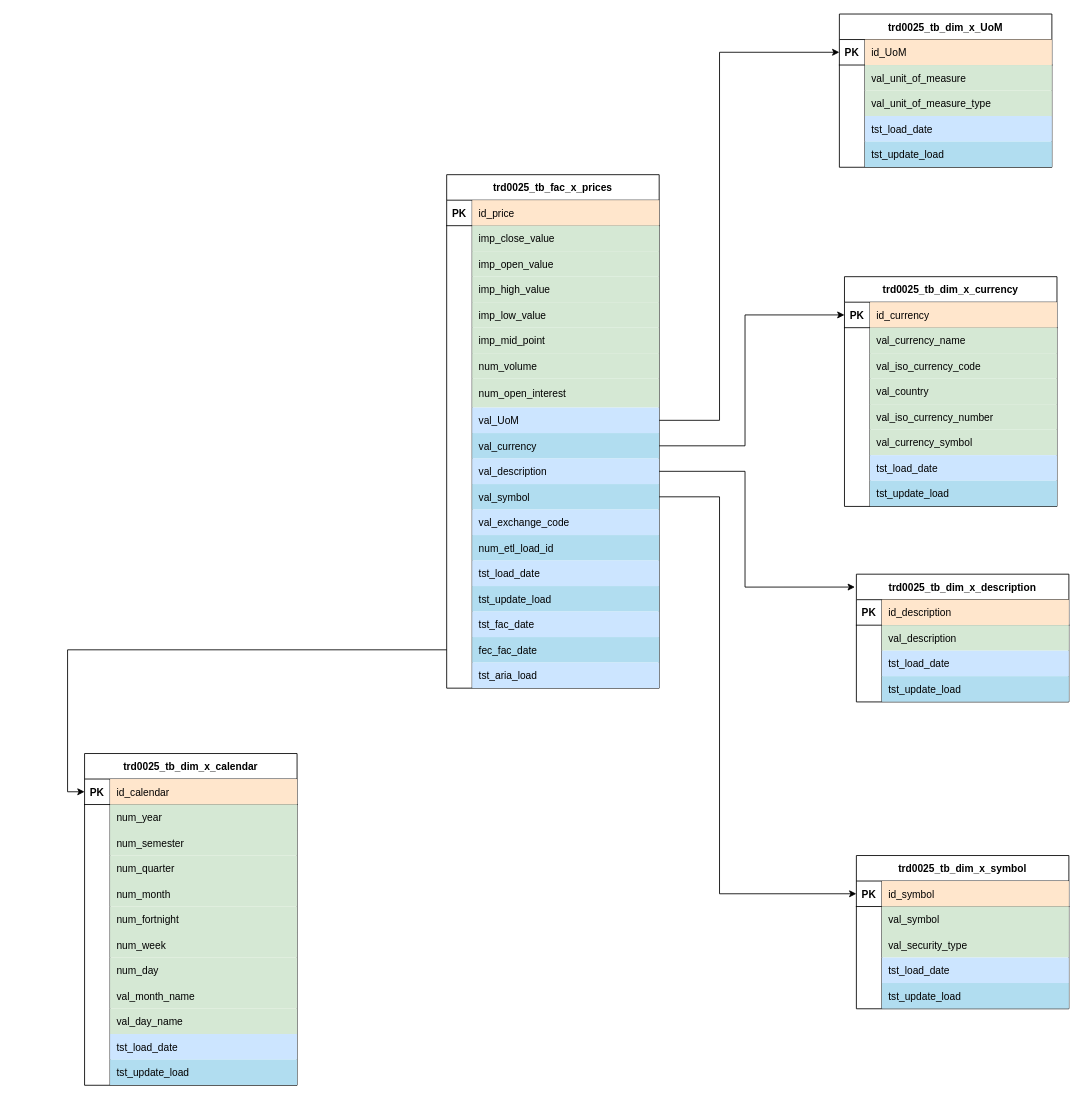
Above: ModeloDatosMiniPoc.drawio in robertoOlmedo/TDDPublic (draw.io), before the change. Source tidied: cells renumbered, new cells numbered last; positions are measured from the earlier drawing's top-left corner, leaving out a move shared by most shapes. Both pictures are drawn from the tidied source at 85%, with x=0, y=0 at pixel (84, 14).
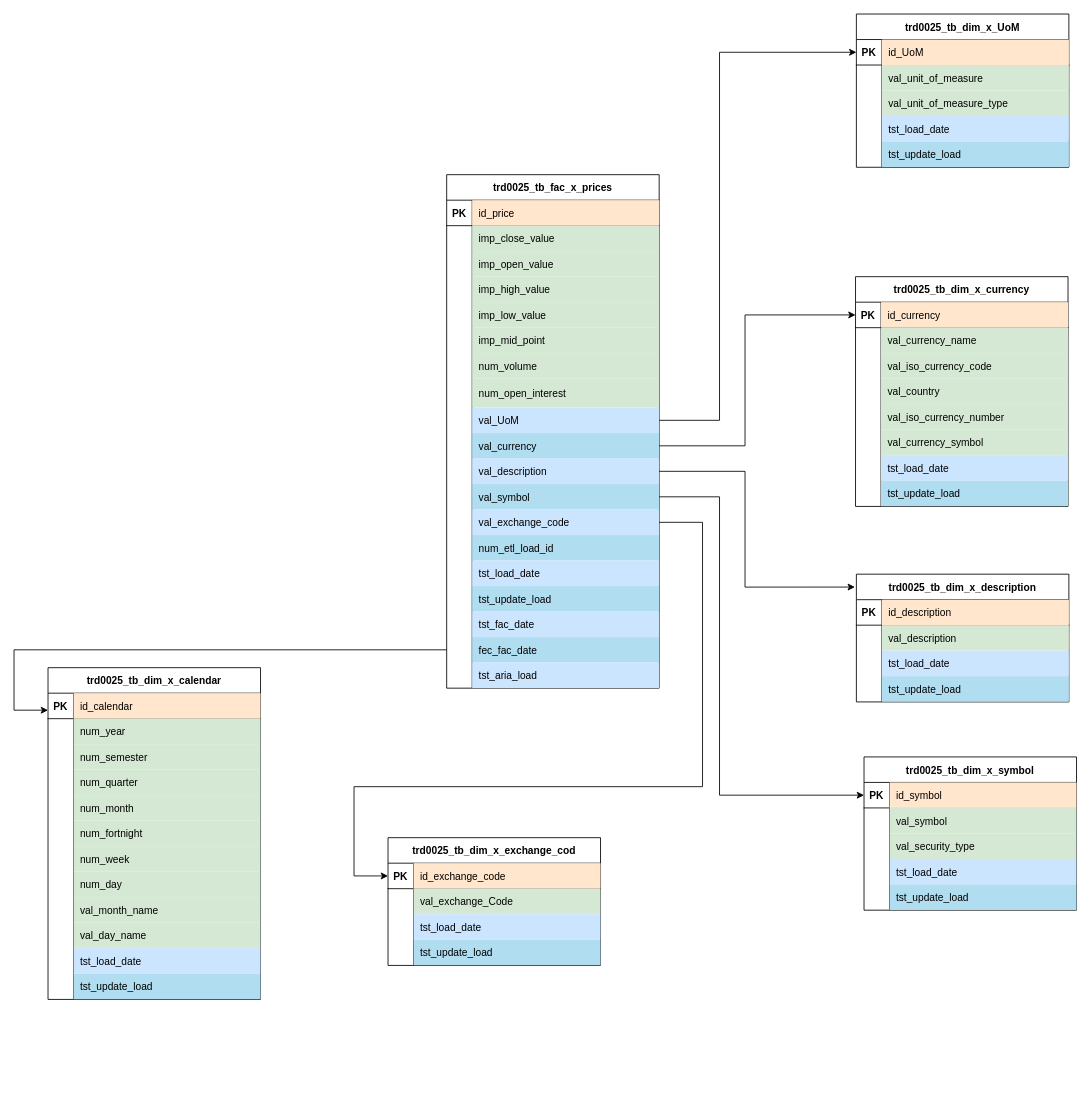
After the change.

Commit message:
Añadidida Dimensión Description

Unchanged cells that the change refers to:
```xml
<mxCell id="36" style="shape=partialRectangle;fillColor=none;points=[[0,0.5],[1,0.5]];portConstraint=eastwest;top=0;left=0;right=0;bottom=0;rounded=0;" parent="2" vertex="1">
  <mxGeometry y="364" width="250" height="30" as="geometry" />
</mxCell>
<mxCell id="39" style="shape=partialRectangle;fillColor=none;points=[[0,0.5],[1,0.5]];portConstraint=eastwest;top=0;left=0;right=0;bottom=0;rounded=0;" parent="2" vertex="1">
  <mxGeometry y="394" width="250" height="30" as="geometry" />
</mxCell>
<mxCell id="54" style="shape=partialRectangle;fillColor=none;points=[[0,0.5],[1,0.5]];portConstraint=eastwest;top=0;left=0;right=0;bottom=0;rounded=0;" parent="2" vertex="1">
  <mxGeometry y="544" width="250" height="30" as="geometry" />
</mxCell>
<mxCell id="102" style="shape=partialRectangle;fillColor=none;points=[[0,0.5],[1,0.5]];portConstraint=eastwest;top=0;left=0;right=0;bottom=1;rounded=0;" parent="101" vertex="1">
  <mxGeometry y="30" width="250" height="30" as="geometry" />
</mxCell>
<mxCell id="118" style="shape=partialRectangle;fillColor=none;points=[[0,0.5],[1,0.5]];portConstraint=eastwest;top=0;left=0;right=0;bottom=1;rounded=0;" parent="117" vertex="1">
  <mxGeometry y="30" width="250" height="30" as="geometry" />
</mxCell>
```

What changed in the source:
```diff
@@
     <mxCell id="60" value="trd0025_tb_dim_x_currency" style="shape=table;startSize=30;childLayout=tableLayout;rowLines=0;fontStyle=1;align=center;strokeColor=#000000;rounded=0;" parent="1" vertex="1">
-      <mxGeometry x="894" y="309" width="250" height="270.3" as="geometry" />
+      <mxGeometry x="907" y="309" width="250" height="270.3" as="geometry" />
     </mxCell>
@@
     <mxCell id="85" value="trd0025_tb_dim_x_UoM" style="shape=table;startSize=30;childLayout=tableLayout;rowLines=0;fontStyle=1;align=center;strokeColor=#000000;rounded=0;" parent="1" vertex="1">
-      <mxGeometry x="888" width="250" height="180.3" as="geometry" />
+      <mxGeometry x="908" width="250" height="180.3" as="geometry" />
     </mxCell>
@@
     <mxCell id="101" value="trd0025_tb_dim_x_symbol" style="shape=table;startSize=30;childLayout=tableLayout;rowLines=0;fontStyle=1;align=center;strokeColor=#000000;rounded=0;" parent="1" vertex="1">
-      <mxGeometry x="908" y="990" width="250" height="180.3" as="geometry" />
+      <mxGeometry x="917" y="874" width="250" height="180.3" as="geometry" />
     </mxCell>
@@
     <mxCell id="117" value="trd0025_tb_dim_x_calendar" style="shape=table;startSize=30;childLayout=tableLayout;rowLines=0;fontStyle=1;align=center;strokeColor=#000000;rounded=0;" parent="1" vertex="1">
-      <mxGeometry y="870" width="250" height="390.3" as="geometry" />
+      <mxGeometry x="-43" y="769" width="250" height="390.3" as="geometry" />
     </mxCell>
@@
     <mxCell id="168" style="edgeStyle=orthogonalEdgeStyle;rounded=0;jettySize=auto;html=1;entryX=0;entryY=0.5;entryDx=0;entryDy=0;" parent="1" edge="1" source="36" target="102">
       <mxGeometry relative="1" as="geometry">
         <Array as="points">
           <mxPoint x="747" y="568" />
-          <mxPoint x="747" y="1035" />
+          <mxPoint x="747" y="919" />
         </Array>
       </mxGeometry>
     </mxCell>
@@
-    <mxCell id="171" style="edgeStyle=orthogonalEdgeStyle;rounded=0;jettySize=auto;html=1;entryX=0;entryY=0.5;entryDx=0;entryDy=0;" parent="1" edge="1" source="54" target="118">
-      <mxGeometry relative="1" as="geometry" />
+    <mxCell id="171" style="edgeStyle=orthogonalEdgeStyle;rounded=0;jettySize=auto;html=1;entryX=0;entryY=0.667;entryDx=0;entryDy=0;entryPerimeter=0;exitX=0;exitY=0.5;exitDx=0;exitDy=0;" parent="1" edge="1" source="54" target="118">
+      <mxGeometry relative="1" as="geometry">
+        <Array as="points">
+          <mxPoint x="-83" y="748" />
+          <mxPoint x="-83" y="819" />
+        </Array>
+      </mxGeometry>
     </mxCell>
+    <mxCell id="172" value="trd0025_tb_dim_x_exchange_cod" style="shape=table;startSize=30;childLayout=tableLayout;rowLines=0;fontStyle=1;align=center;strokeColor=#000000;rounded=0;" parent="1" vertex="1">
+      <mxGeometry x="357" y="969" width="250" height="150.3" as="geometry" />
+    </mxCell>
+    <mxCell id="173" style="shape=partialRectangle;fillColor=none;points=[[0,0.5],[1,0.5]];portConstraint=eastwest;top=0;left=0;right=0;bottom=1;rounded=0;" parent="172" vertex="1">
+      <mxGeometry y="30" width="250" height="30" as="geometry" />
+    </mxCell>
+    <mxCell id="174" value="PK" style="shape=partialRectangle;overflow=hidden;fillColor=none;top=0;left=0;bottom=0;right=0;fontStyle=1;rounded=0;" parent="173" vertex="1">
+      <mxGeometry width="30" height="30" as="geometry" />
+    </mxCell>
+    <mxCell id="175" value="id_exchange_code" style="shape=partialRectangle;overflow=hidden;fillColor=#ffe6cc;top=0;left=0;bottom=0;right=0;align=left;spacingLeft=6;fontStyle=0;strokeColor=#d79b00;rounded=0;" parent="173" vertex="1">
+      <mxGeometry x="30" width="220" height="30" as="geometry" />
+    </mxCell>
+    <mxCell id="176" style="shape=partialRectangle;fillColor=none;top=0;left=0;right=0;bottom=0;rounded=0;" parent="172" vertex="1">
+      <mxGeometry y="60" width="250" height="30" as="geometry" />
+    </mxCell>
+    <mxCell id="177" style="shape=partialRectangle;overflow=hidden;fillColor=none;top=0;left=0;bottom=0;right=0;rounded=0;" parent="176" vertex="1">
+      <mxGeometry width="30" height="30" as="geometry" />
+    </mxCell>
+    <mxCell id="178" value="val_exchange_Code" style="shape=partialRectangle;overflow=hidden;fillColor=#d5e8d4;top=0;left=0;bottom=0;right=0;align=left;spacingLeft=6;strokeColor=#82b366;perimeterSpacing=1;rounded=0;" parent="176" vertex="1">
+      <mxGeometry x="30" width="220" height="30" as="geometry" />
+    </mxCell>
+    <mxCell id="179" style="shape=partialRectangle;fillColor=none;top=0;left=0;right=0;bottom=0;rounded=0;" parent="172" vertex="1">
+      <mxGeometry y="90" width="250" height="30" as="geometry" />
+    </mxCell>
+    <mxCell id="180" style="shape=partialRectangle;overflow=hidden;fillColor=none;top=0;left=0;bottom=0;right=0;rounded=0;" parent="179" vertex="1">
+      <mxGeometry width="30" height="30" as="geometry" />
+    </mxCell>
+    <mxCell id="181" value="tst_load_date" style="shape=partialRectangle;overflow=hidden;fillColor=#cce5ff;top=0;left=0;bottom=0;right=0;align=left;spacingLeft=6;strokeColor=#36393d;perimeterSpacing=1;rounded=0;" parent="179" vertex="1">
+      <mxGeometry x="30" width="220" height="30" as="geometry" />
+    </mxCell>
+    <mxCell id="182" style="shape=partialRectangle;fillColor=none;top=0;left=0;right=0;bottom=0;rounded=0;" parent="172" vertex="1">
+      <mxGeometry y="120" width="250" height="30" as="geometry" />
+    </mxCell>
+    <mxCell id="183" style="shape=partialRectangle;overflow=hidden;fillColor=none;top=0;left=0;bottom=0;right=0;rounded=0;" parent="182" vertex="1">
+      <mxGeometry width="30" height="30" as="geometry" />
+    </mxCell>
+    <mxCell id="184" value="tst_update_load" style="shape=partialRectangle;overflow=hidden;fillColor=#b1ddf0;top=0;left=0;bottom=0;right=0;align=left;spacingLeft=6;strokeColor=#10739e;perimeterSpacing=1;rounded=0;" parent="182" vertex="1">
+      <mxGeometry x="30" width="220" height="30" as="geometry" />
+    </mxCell>
+    <mxCell id="185" style="edgeStyle=orthogonalEdgeStyle;rounded=0;jettySize=auto;html=1;entryX=0;entryY=0.5;entryDx=0;entryDy=0;" parent="1" edge="1" source="39" target="173">
+      <mxGeometry relative="1" as="geometry">
+        <Array as="points">
+          <mxPoint x="727" y="598" />
+          <mxPoint x="727" y="909" />
+          <mxPoint x="317" y="909" />
+          <mxPoint x="317" y="1014" />
+        </Array>
+      </mxGeometry>
+    </mxCell>
```
